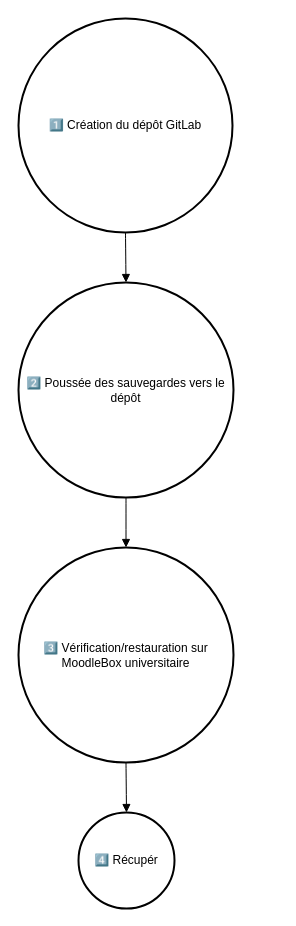
The draw.io diagram Diagramme sans nom.drawio in dieng241/moodlebox, before the edit. Source tidied: cells renumbered, new cells numbered last; positions are measured from the earlier drawing's top-left corner, leaving out a move shared by most shapes. Both pictures are drawn from the tidied source at 100%, with x=0, y=0 at pixel (18, 18).
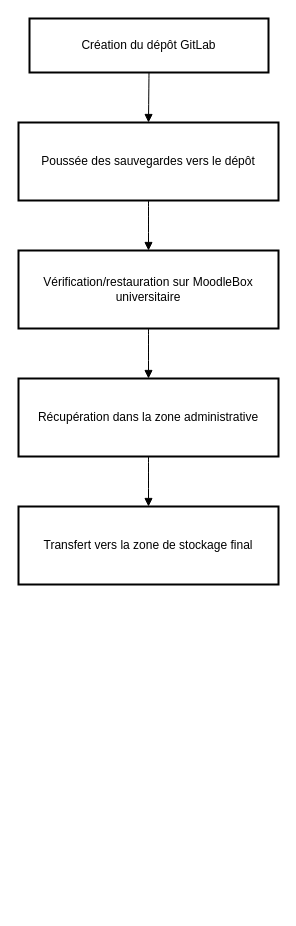
The same diagram, later.

What changed in the source:
```diff
@@
 <mxGraphModel>
   <root>
     <mxCell id="0" />
     <mxCell id="1" parent="0" />
-    <mxCell id="2" value="1️⃣ Création du dépôt GitLab" style="ellipse;strokeWidth=2;whiteSpace=wrap;" parent="1" vertex="1">
-      <mxGeometry width="214" height="214" as="geometry" />
+    <mxCell id="2" value="Création du dépôt GitLab" style="whiteSpace=wrap;strokeWidth=2;" parent="1" vertex="1">
+      <mxGeometry x="11" width="239" height="54" as="geometry" />
     </mxCell>
-    <mxCell id="3" value="2️⃣ Poussée des sauvegardes vers le dépôt" style="ellipse;strokeWidth=2;whiteSpace=wrap;" parent="1" vertex="1">
-      <mxGeometry y="264" width="215" height="215" as="geometry" />
+    <mxCell id="3" value="Poussée des sauvegardes vers le dépôt" style="whiteSpace=wrap;strokeWidth=2;" parent="1" vertex="1">
+      <mxGeometry y="104" width="260" height="78" as="geometry" />
     </mxCell>
-    <mxCell id="4" value="3️⃣ Vérification/restauration sur MoodleBox universitaire" style="ellipse;strokeWidth=2;whiteSpace=wrap;" parent="1" vertex="1">
-      <mxGeometry y="529" width="215" height="215" as="geometry" />
+    <mxCell id="4" value="Vérification/restauration sur MoodleBox universitaire" style="whiteSpace=wrap;strokeWidth=2;" parent="1" vertex="1">
+      <mxGeometry y="232" width="260" height="78" as="geometry" />
     </mxCell>
-    <mxCell id="5" value="4️⃣ Récupér" style="ellipse;strokeWidth=2;whiteSpace=wrap;" parent="1" vertex="1">
-      <mxGeometry x="60" y="794" width="96" height="96" as="geometry" />
+    <mxCell id="5" value="Récupération dans la zone administrative" style="whiteSpace=wrap;strokeWidth=2;" parent="1" vertex="1">
+      <mxGeometry y="360" width="260" height="78" as="geometry" />
     </mxCell>
-    <mxCell id="6" style="curved=1;startArrow=none;endArrow=block;exitX=0.5;exitY=1;entryX=0.5;entryY=0;" parent="1" edge="1" source="2" target="3">
-      <mxGeometry relative="1" as="geometry" />
+    <mxCell id="6" value="Transfert vers la zone de stockage final" style="whiteSpace=wrap;strokeWidth=2;" parent="1" vertex="1">
+      <mxGeometry y="488" width="260" height="78" as="geometry" />
     </mxCell>
-    <mxCell id="7" style="curved=1;startArrow=none;endArrow=block;exitX=0.5;exitY=1;entryX=0.5;entryY=0;" parent="1" edge="1" source="3" target="4">
+    <mxCell id="7" style="curved=1;startArrow=none;endArrow=block;exitX=0.5;exitY=1;entryX=0.5;entryY=0;" parent="1" edge="1" source="2" target="3">
       <mxGeometry relative="1" as="geometry" />
     </mxCell>
-    <mxCell id="8" style="curved=1;startArrow=none;endArrow=block;exitX=0.5;exitY=1;entryX=0.49;entryY=0;" parent="1" edge="1" source="4" target="5">
+    <mxCell id="8" style="curved=1;startArrow=none;endArrow=block;exitX=0.5;exitY=1;entryX=0.5;entryY=0;" parent="1" edge="1" source="3" target="4">
       <mxGeometry relative="1" as="geometry" />
     </mxCell>
+    <mxCell id="9" style="curved=1;startArrow=none;endArrow=block;exitX=0.5;exitY=1;entryX=0.5;entryY=0;" parent="1" edge="1" source="4" target="5">
+      <mxGeometry relative="1" as="geometry" />
+    </mxCell>
+    <mxCell id="10" style="curved=1;startArrow=none;endArrow=block;exitX=0.5;exitY=1;entryX=0.5;entryY=0;" parent="1" edge="1" source="5" target="6">
+      <mxGeometry relative="1" as="geometry" />
+    </mxCell>
   </root>
 </mxGraphModel>
```
